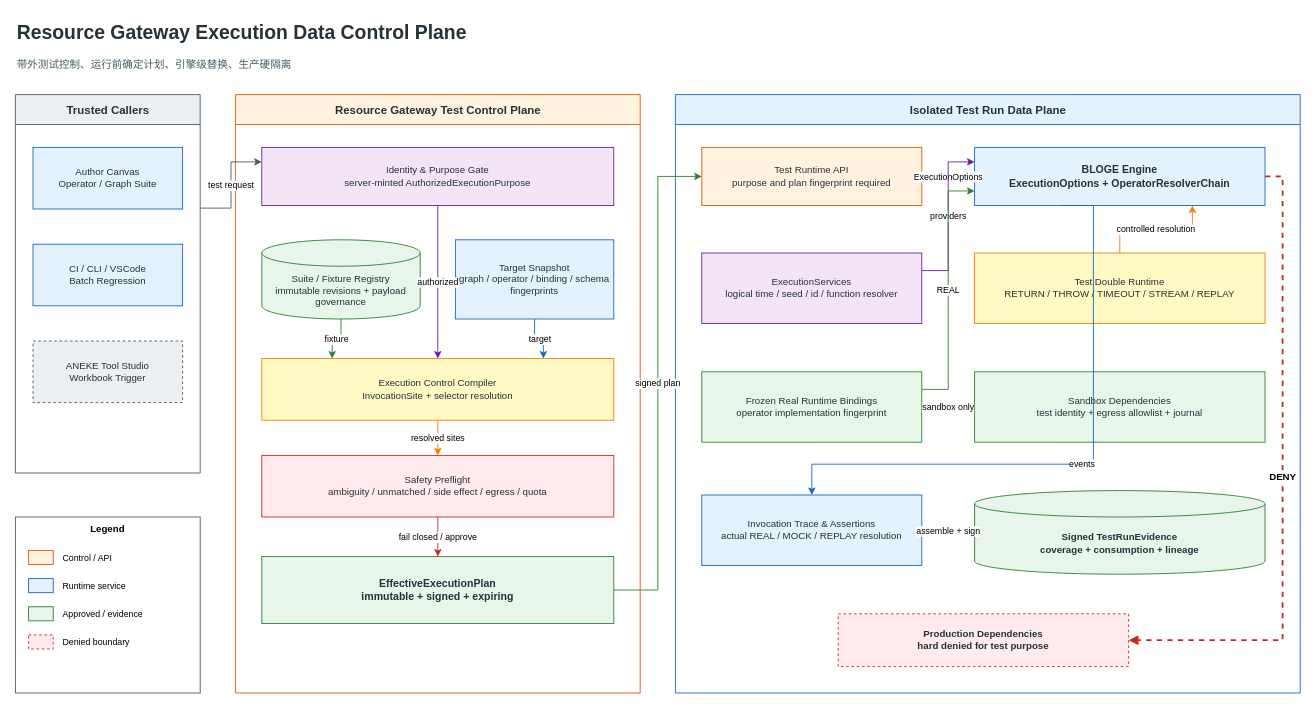
This is docs/assets/drawio/resource-gateway-execution-data-control-plane.drawio from leanowtech/bloge-examples, a draw.io file, before an edit. Source tidied: cells renumbered, new cells numbered last; positions are measured from the earlier drawing's top-left corner, leaving out a move shared by most shapes. Both pictures are drawn from the tidied source at 88%, with x=0, y=0 at pixel (15, 15).
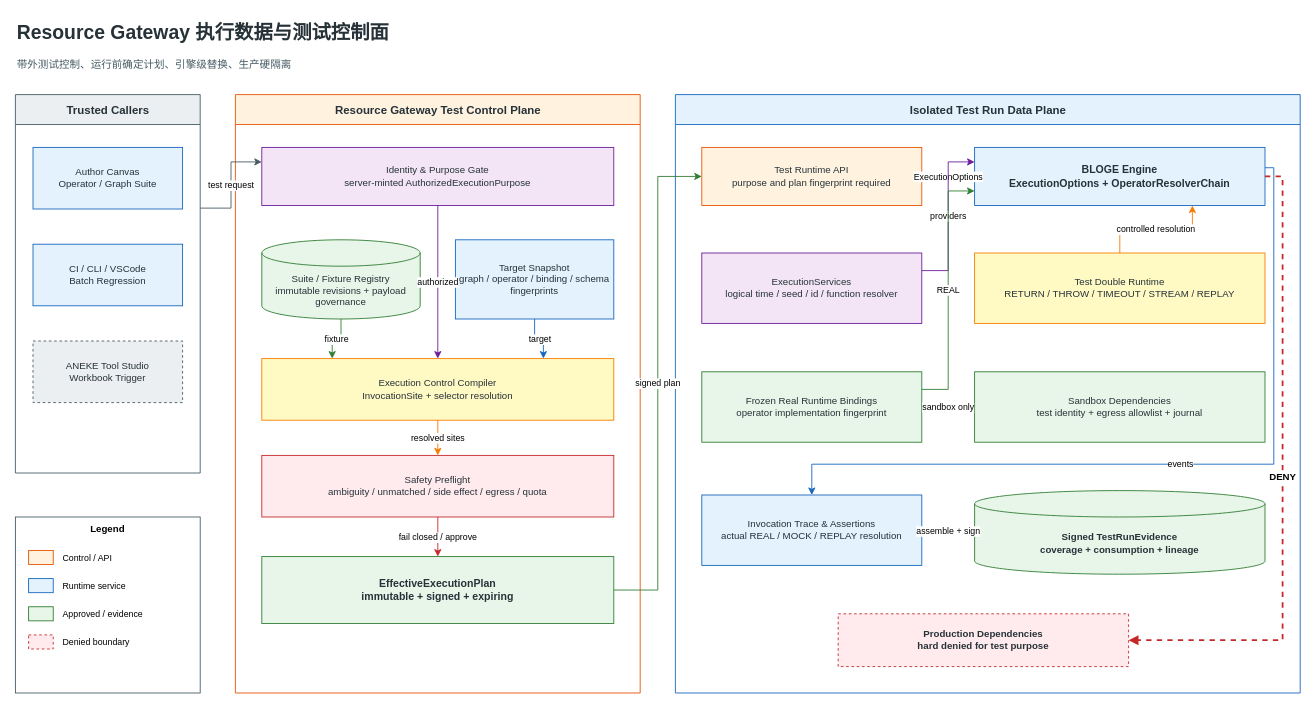
Above is the later version.

The change refers to these unchanged cells:
```xml
<mxCell id="15" value="Isolated Test Run Data Plane" style="swimlane;startSize=34;html=1;rounded=0;fillColor=#e3f2fd;strokeColor=#1565c0;fontFamily=Arial;fontSize=13;fontStyle=1;fontColor=#263238;" parent="1" vertex="1">
  <mxGeometry x="750" y="90" width="710" height="680" as="geometry" />
</mxCell>
<mxCell id="17" value="BLOGE Engine&#10;ExecutionOptions + OperatorResolverChain" style="rounded=0;whiteSpace=wrap;html=1;fillColor=#e3f2fd;strokeColor=#1565c0;fontFamily=Arial;fontSize=12;fontStyle=1;fontColor=#263238;" parent="15" vertex="1">
  <mxGeometry x="340" y="60" width="330" height="66" as="geometry" />
</mxCell>
<mxCell id="22" value="Invocation Trace &amp; Assertions&#10;actual REAL / MOCK / REPLAY resolution" style="rounded=0;whiteSpace=wrap;html=1;fillColor=#e3f2fd;strokeColor=#1565c0;fontFamily=Arial;fontSize=11;fontColor=#263238;" parent="15" vertex="1">
  <mxGeometry x="30" y="455" width="250" height="80" as="geometry" />
</mxCell>
```

Change to the diagram source:
```diff
@@
-    <mxCell id="2" value="Resource Gateway Execution Data Control Plane" style="text;html=1;align=left;verticalAlign=middle;fontFamily=Arial;fontSize=22;fontStyle=1;fontColor=#263238;" parent="1" vertex="1">
+    <mxCell id="2" value="Resource Gateway 执行数据与测试控制面" style="text;html=1;align=left;verticalAlign=middle;fontFamily=Arial;fontSize=22;fontStyle=1;fontColor=#263238;" parent="1" vertex="1">
       <mxGeometry width="760" height="40" as="geometry" />
     </mxCell>
@@
-    <mxCell id="37" value="events" style="edgeStyle=orthogonalEdgeStyle;rounded=0;jettySize=auto;html=1;endArrow=classic;endFill=1;strokeColor=#1565c0;fontFamily=Arial;fontSize=10;labelBackgroundColor=#ffffff;exitX=0.3;exitY=1;entryX=0.5;entryY=0;" parent="15" edge="1" source="17" target="22">
+    <mxCell id="37" value="events" style="edgeStyle=orthogonalEdgeStyle;rounded=0;jettySize=auto;html=1;endArrow=classic;endFill=1;strokeColor=#1565c0;fontFamily=Arial;fontSize=10;labelBackgroundColor=#ffffff;exitX=1;exitY=0.35;entryX=0.5;entryY=0;" parent="15" edge="1" source="17" target="22">
       <mxGeometry relative="1" as="geometry">
         <Array as="points">
-          <mxPoint x="475" y="420" />
+          <mxPoint x="680" y="83" />
+          <mxPoint x="680" y="420" />
           <mxPoint x="155" y="420" />
         </Array>
       </mxGeometry>
     </mxCell>
```
